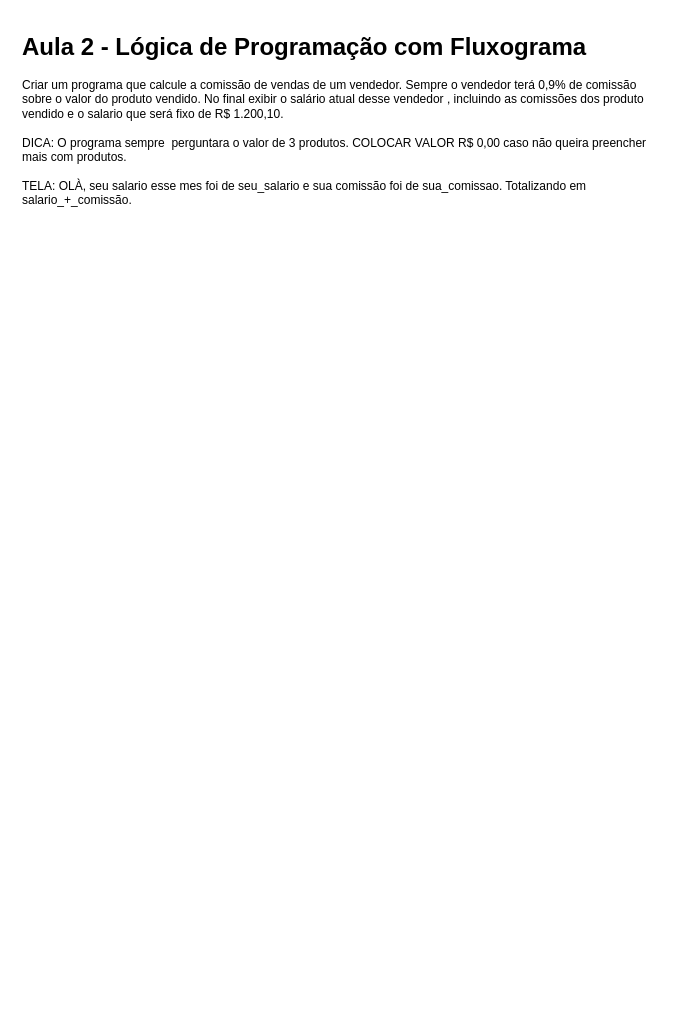
Above: page "5- Salario FInal" (5 of 7) of 01 - Mensagem Olá Mundo.drawio in aran-wesley/CursoCSharp (draw.io), before the change. Source tidied: cells renumbered, new cells numbered last; positions are measured from the earlier drawing's top-left corner, leaving out a move shared by most shapes. Both pictures are drawn from the tidied source at 100%, with x=0, y=0 at pixel (17, 27).
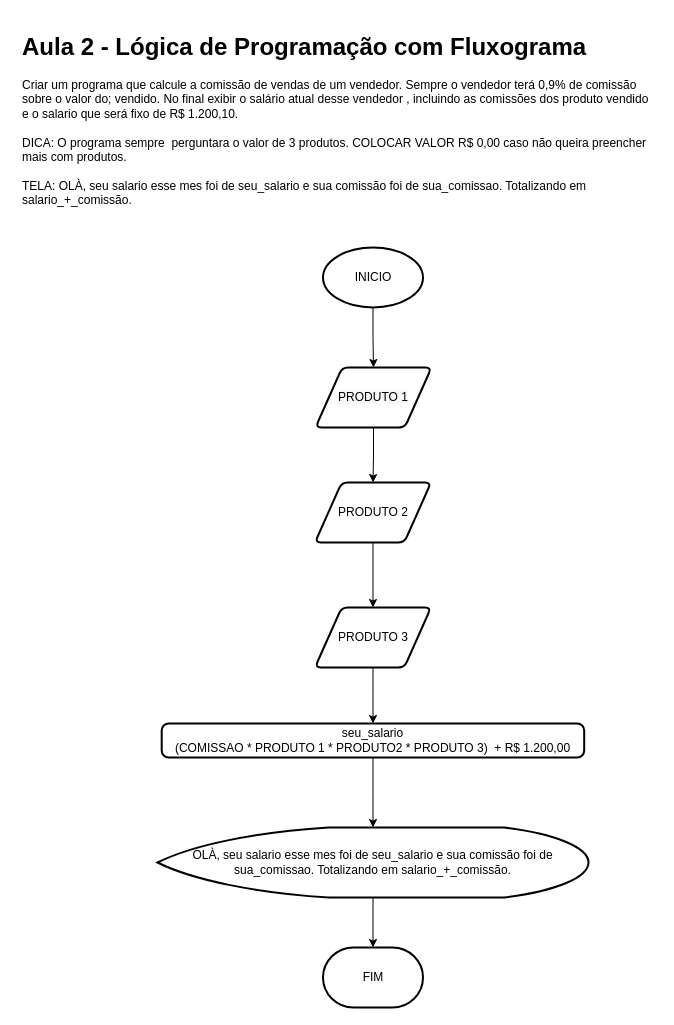
Above is the later version.

Diff of the diagram source:
```diff
@@
 <mxGraphModel>
   <root>
     <mxCell id="0" />
     <mxCell id="1" parent="0" />
-    <mxCell id="2" value="&lt;h1&gt;Aula 2 - Lógica de Programação com Fluxograma&lt;/h1&gt;&lt;div&gt;Criar um programa que calcule a comissão de vendas de um vendedor. Sempre o vendedor terá 0,9% de comissão sobre o valor do produto vendido. No final exibir o salário atual desse vendedor , incluindo as comissões dos produto vendido e o salario que será fixo de R$ 1.200,10.&lt;/div&gt;&lt;div&gt;&lt;br&gt;&lt;/div&gt;&lt;div&gt;DICA: O programa sempre&amp;nbsp; perguntara o valor de 3 produtos. COLOCAR VALOR R$ 0,00 caso não queira preencher mais com produtos.&lt;/div&gt;&lt;div&gt;&lt;br&gt;&lt;/div&gt;&lt;div&gt;TELA: OLÀ, seu salario esse mes foi de seu_salario e sua comissão foi de sua_comissao. Totalizando em salario_+_comissão.&lt;/div&gt;" style="text;html=1;strokeColor=none;fillColor=none;spacing=5;spacingTop=-20;whiteSpace=wrap;overflow=hidden;rounded=0;" parent="1" vertex="1">
+    <mxCell id="2" value="&lt;h1&gt;Aula 2 - Lógica de Programação com Fluxograma&lt;/h1&gt;&lt;div&gt;Criar um programa que calcule a comissão de vendas de um vendedor. Sempre o vendedor terá 0,9% de comissão sobre o valor do; vendido. No final exibir o salário atual desse vendedor , incluindo as comissões dos produto vendido e o salario que será fixo de R$ 1.200,10.&lt;/div&gt;&lt;div&gt;&lt;br&gt;&lt;/div&gt;&lt;div&gt;DICA: O programa sempre&amp;nbsp; perguntara o valor de 3 produtos. COLOCAR VALOR R$ 0,00 caso não queira preencher mais com produtos.&lt;/div&gt;&lt;div&gt;&lt;br&gt;&lt;/div&gt;&lt;div&gt;TELA: OLÀ, seu salario esse mes foi de seu_salario e sua comissão foi de sua_comissao. Totalizando em salario_+_comissão.&lt;/div&gt;" style="text;html=1;strokeColor=none;fillColor=none;spacing=5;spacingTop=-20;whiteSpace=wrap;overflow=hidden;rounded=0;" parent="1" vertex="1">
       <mxGeometry width="640" height="190" as="geometry" />
     </mxCell>
+    <mxCell id="3" value="INICIO" style="strokeWidth=2;html=1;shape=mxgraph.flowchart.start_1;whiteSpace=wrap;" parent="1" vertex="1">
+      <mxGeometry x="305.5" y="220" width="100" height="60" as="geometry" />
+    </mxCell>
+    <mxCell id="4" style="edgeStyle=orthogonalEdgeStyle;rounded=0;jettySize=auto;html=1;" parent="1" edge="1" source="5" target="7">
+      <mxGeometry relative="1" as="geometry" />
+    </mxCell>
+    <mxCell id="5" value="&lt;span style=&quot;text-align: left&quot;&gt;OLÀ, seu salario esse mes foi de seu_salario e sua comissão foi de sua_comissao. Totalizando em salario_+_comissão.&lt;/span&gt;" style="strokeWidth=2;html=1;shape=mxgraph.flowchart.display;whiteSpace=wrap;" parent="1" vertex="1">
+      <mxGeometry x="140" y="800" width="431" height="70" as="geometry" />
+    </mxCell>
+    <mxCell id="6" style="edgeStyle=orthogonalEdgeStyle;rounded=0;jettySize=auto;html=1;exitX=0.5;exitY=1;exitDx=0;exitDy=0;exitPerimeter=0;" parent="1" edge="1" source="3" target="13">
+      <mxGeometry relative="1" as="geometry" />
+    </mxCell>
+    <mxCell id="7" value="FIM" style="strokeWidth=2;html=1;shape=mxgraph.flowchart.terminator;whiteSpace=wrap;" parent="1" vertex="1">
+      <mxGeometry x="305.5" y="920" width="100" height="60" as="geometry" />
+    </mxCell>
+    <mxCell id="8" style="edgeStyle=orthogonalEdgeStyle;rounded=0;jettySize=auto;html=1;" parent="1" edge="1" source="9" target="5">
+      <mxGeometry relative="1" as="geometry" />
+    </mxCell>
+    <mxCell id="9" value="seu_salario&lt;br&gt;(COMISSAO * PRODUTO 1 * PRODUTO2 * PRODUTO 3)&amp;nbsp; + R$ 1.200,00" style="rounded=1;whiteSpace=wrap;html=1;absoluteArcSize=1;arcSize=14;strokeWidth=2;" parent="1" vertex="1">
+      <mxGeometry x="144.2" y="696" width="422.5" height="34" as="geometry" />
+    </mxCell>
+    <mxCell id="10" style="edgeStyle=orthogonalEdgeStyle;rounded=0;jettySize=auto;html=1;" parent="1" edge="1" source="11" target="15">
+      <mxGeometry relative="1" as="geometry" />
+    </mxCell>
+    <mxCell id="11" value="&lt;span&gt;PRODUTO 2&lt;/span&gt;" style="shape=parallelogram;html=1;strokeWidth=2;perimeter=parallelogramPerimeter;whiteSpace=wrap;rounded=1;arcSize=12;size=0.23;" parent="1" vertex="1">
+      <mxGeometry x="297.5" y="455" width="116" height="60" as="geometry" />
+    </mxCell>
+    <mxCell id="12" style="edgeStyle=orthogonalEdgeStyle;rounded=0;jettySize=auto;html=1;" parent="1" edge="1" source="13" target="11">
+      <mxGeometry relative="1" as="geometry" />
+    </mxCell>
+    <mxCell id="13" value="&lt;span style=&quot;color: rgb(0 , 0 , 0) ; font-family: &amp;#34;helvetica&amp;#34; ; font-size: 12px ; font-style: normal ; font-weight: 400 ; letter-spacing: normal ; text-align: center ; text-indent: 0px ; text-transform: none ; word-spacing: 0px ; background-color: rgb(248 , 249 , 250) ; display: inline ; float: none&quot;&gt;PRODUTO 1&lt;/span&gt;" style="shape=parallelogram;html=1;strokeWidth=2;perimeter=parallelogramPerimeter;whiteSpace=wrap;rounded=1;arcSize=12;size=0.23;" parent="1" vertex="1">
+      <mxGeometry x="298" y="340" width="116" height="60" as="geometry" />
+    </mxCell>
+    <mxCell id="14" style="edgeStyle=orthogonalEdgeStyle;rounded=0;jettySize=auto;html=1;" parent="1" edge="1" source="15" target="9">
+      <mxGeometry relative="1" as="geometry" />
+    </mxCell>
+    <mxCell id="15" value="PRODUTO 3" style="shape=parallelogram;html=1;strokeWidth=2;perimeter=parallelogramPerimeter;whiteSpace=wrap;rounded=1;arcSize=12;size=0.23;" parent="1" vertex="1">
+      <mxGeometry x="297.5" y="580" width="116" height="60" as="geometry" />
+    </mxCell>
   </root>
 </mxGraphModel>
```
